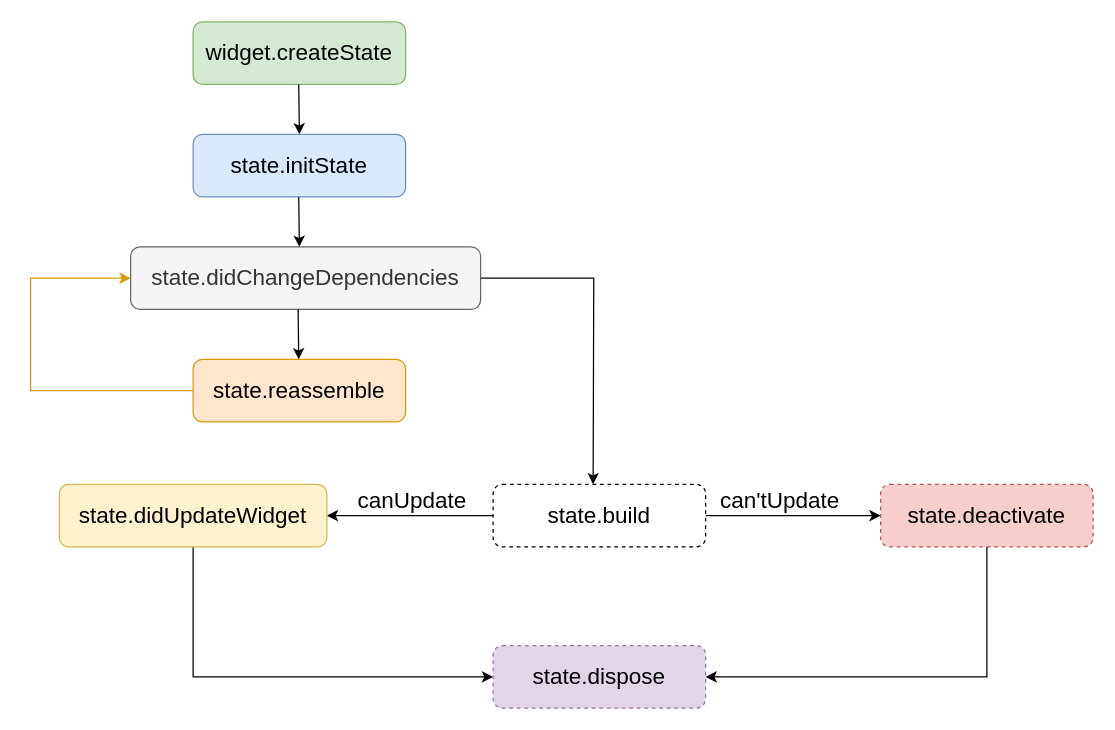
Above: t.drawio in jinjilynn/flutter_tour (draw.io), before the change. Source tidied: cells renumbered, new cells numbered last; positions are measured from the earlier drawing's top-left corner, leaving out a move shared by most shapes. Both pictures are drawn from the tidied source at 125%, with x=0, y=0 at pixel (30, 21).
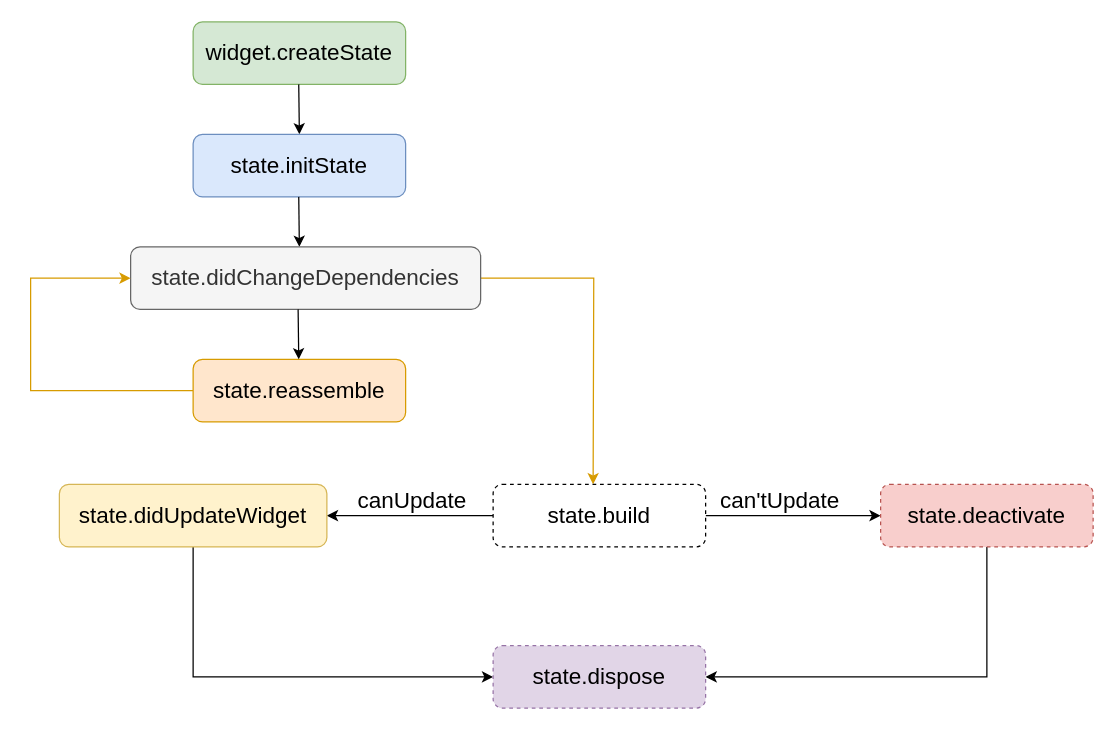
Above is the later version.

Unchanged cells that the change refers to:
```xml
<mxCell id="7" value="&lt;span style=&quot;font-size: 18px&quot;&gt;state.didChangeDependencies&lt;/span&gt;" style="rounded=1;whiteSpace=wrap;html=1;fillColor=#f5f5f5;strokeColor=#666666;fontColor=#333333;" parent="1" vertex="1">
  <mxGeometry x="80" y="180" width="280" height="50" as="geometry" />
</mxCell>
```

The edit, as a diff of the source:
```diff
@@
-    <mxCell id="6" style="edgeStyle=orthogonalEdgeStyle;rounded=0;jettySize=auto;html=1;exitX=1;exitY=0.5;exitDx=0;exitDy=0;" parent="1" edge="1" source="7">
+    <mxCell id="6" style="edgeStyle=orthogonalEdgeStyle;rounded=0;jettySize=auto;html=1;exitX=1;exitY=0.5;exitDx=0;exitDy=0;fillColor=#ffe6cc;strokeColor=#d79b00;" parent="1" edge="1" source="7">
       <mxGeometry relative="1" as="geometry">
         <mxPoint x="450" y="370" as="targetPoint" />
       </mxGeometry>
     </mxCell>
```
